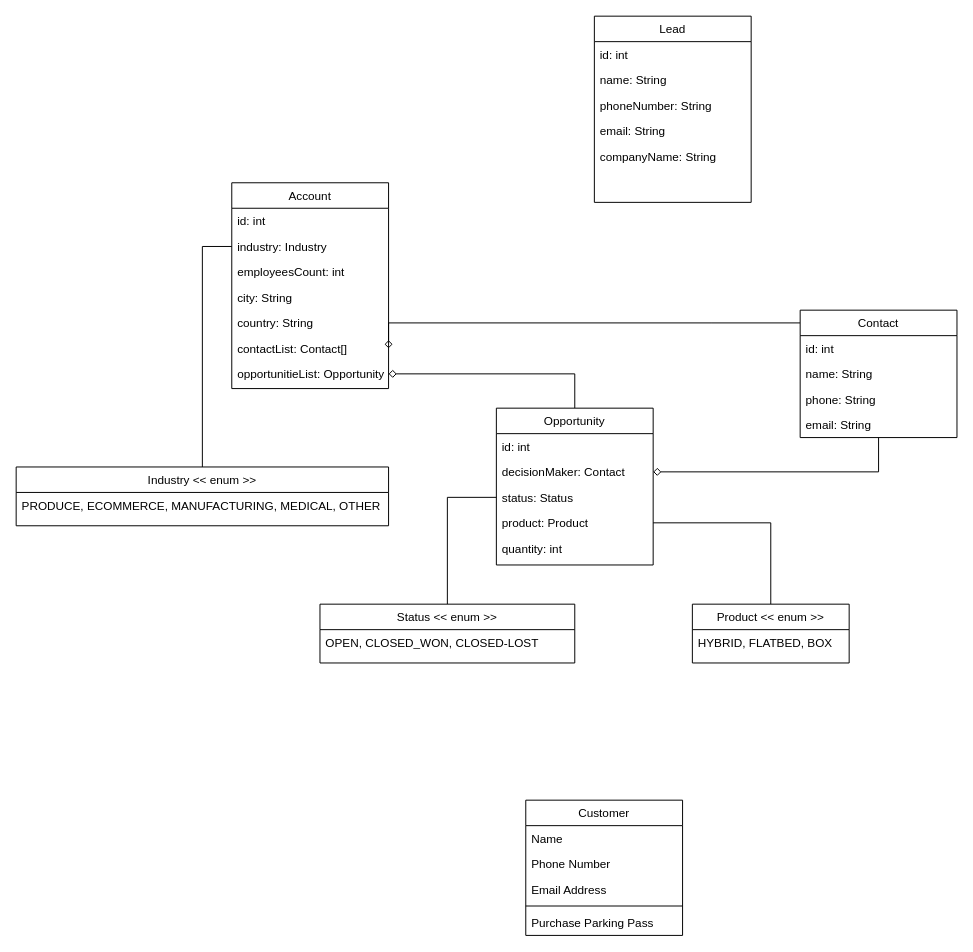
Before: docs/CRM-ClassDiagram.drawio in J3-PT-Java-Bootcamp/Team5-CRM, a draw.io diagram. Source tidied: cells renumbered, new cells numbered last; positions are measured from the earlier drawing's top-left corner, leaving out a move shared by most shapes. Both pictures are drawn from the tidied source at 98%, with x=0, y=0 at pixel (16, 16).
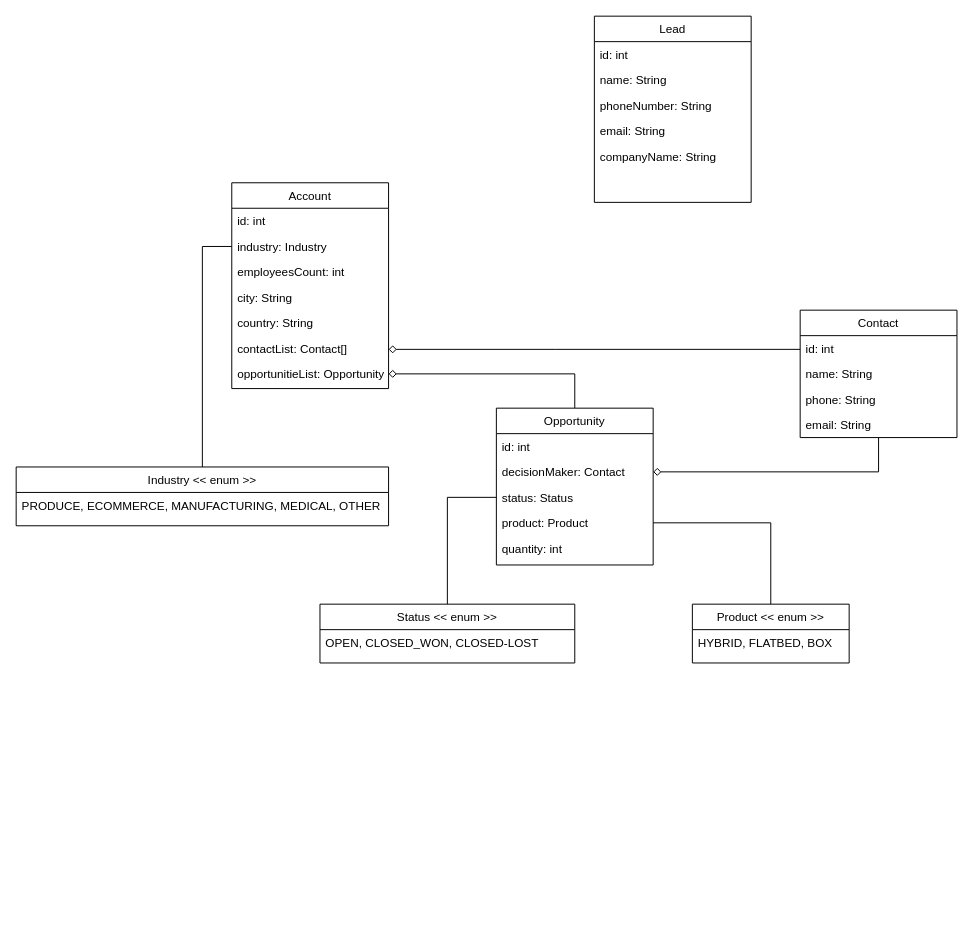
After the change.

The change refers to these unchanged cells:
```xml
<mxCell id="14" value="contactList: Contact[]" style="text;align=left;verticalAlign=top;spacingLeft=4;spacingRight=4;overflow=hidden;points=[[0,0.5],[1,0.5]];portConstraint=eastwest;rounded=0;shadow=0;html=0;" parent="8" vertex="1">
  <mxGeometry y="156" width="160" height="26" as="geometry" />
</mxCell>
<mxCell id="18" value="Contact" style="swimlane;fontStyle=0;align=center;verticalAlign=top;horizontal=1;startSize=26;rounded=0;shadow=0;strokeWidth=1;" parent="1" vertex="1">
  <mxGeometry x="800" y="300" width="160" height="130" as="geometry" />
</mxCell>
```

Diff of the diagram source:
```diff
@@
-    <mxCell id="17" style="edgeStyle=orthogonalEdgeStyle;rounded=0;jettySize=auto;html=1;entryX=1;entryY=0.5;entryDx=0;entryDy=0;endArrow=diamond;endFill=0;" parent="1" edge="1" source="18" target="14">
+    <mxCell id="17" style="edgeStyle=orthogonalEdgeStyle;rounded=0;jettySize=auto;html=1;endArrow=diamond;endFill=0;" parent="1" edge="1" source="18">
       <mxGeometry relative="1" as="geometry">
+        <mxPoint x="380" y="340" as="targetPoint" />
         <Array as="points">
-          <mxPoint x="710" y="313" />
-          <mxPoint x="710" y="313" />
+          <mxPoint x="550" y="340" />
+          <mxPoint x="550" y="340" />
         </Array>
       </mxGeometry>
     </mxCell>
@@
-    <mxCell id="30" value="Customer" style="swimlane;fontStyle=0;align=center;verticalAlign=top;horizontal=1;startSize=26;rounded=0;shadow=0;strokeWidth=1;" parent="1" vertex="1">
-      <mxGeometry x="520" y="800" width="160" height="138" as="geometry" />
-    </mxCell>
-    <mxCell id="31" value="Name" style="text;align=left;verticalAlign=top;spacingLeft=4;spacingRight=4;overflow=hidden;" parent="30" vertex="1">
-      <mxGeometry y="26" width="160" height="26" as="geometry" />
-    </mxCell>
-    <mxCell id="32" value="Phone Number" style="text;align=left;verticalAlign=top;spacingLeft=4;spacingRight=4;overflow=hidden;rounded=0;shadow=0;html=0;" parent="30" vertex="1">
-      <mxGeometry y="52" width="160" height="26" as="geometry" />
-    </mxCell>
-    <mxCell id="33" value="Email Address" style="text;align=left;verticalAlign=top;spacingLeft=4;spacingRight=4;overflow=hidden;rounded=0;shadow=0;html=0;" parent="30" vertex="1">
-      <mxGeometry y="78" width="160" height="26" as="geometry" />
-    </mxCell>
-    <mxCell id="34" style="line;html=1;strokeWidth=1;align=left;verticalAlign=middle;spacingTop=-1;spacingLeft=3;spacingRight=3;labelPosition=right;" parent="30" vertex="1">
-      <mxGeometry y="104" width="160" height="8" as="geometry" />
-    </mxCell>
-    <mxCell id="35" value="Purchase Parking Pass" style="text;align=left;verticalAlign=top;spacingLeft=4;spacingRight=4;overflow=hidden;" parent="30" vertex="1">
-      <mxGeometry y="112" width="160" height="26" as="geometry" />
-    </mxCell>
```
